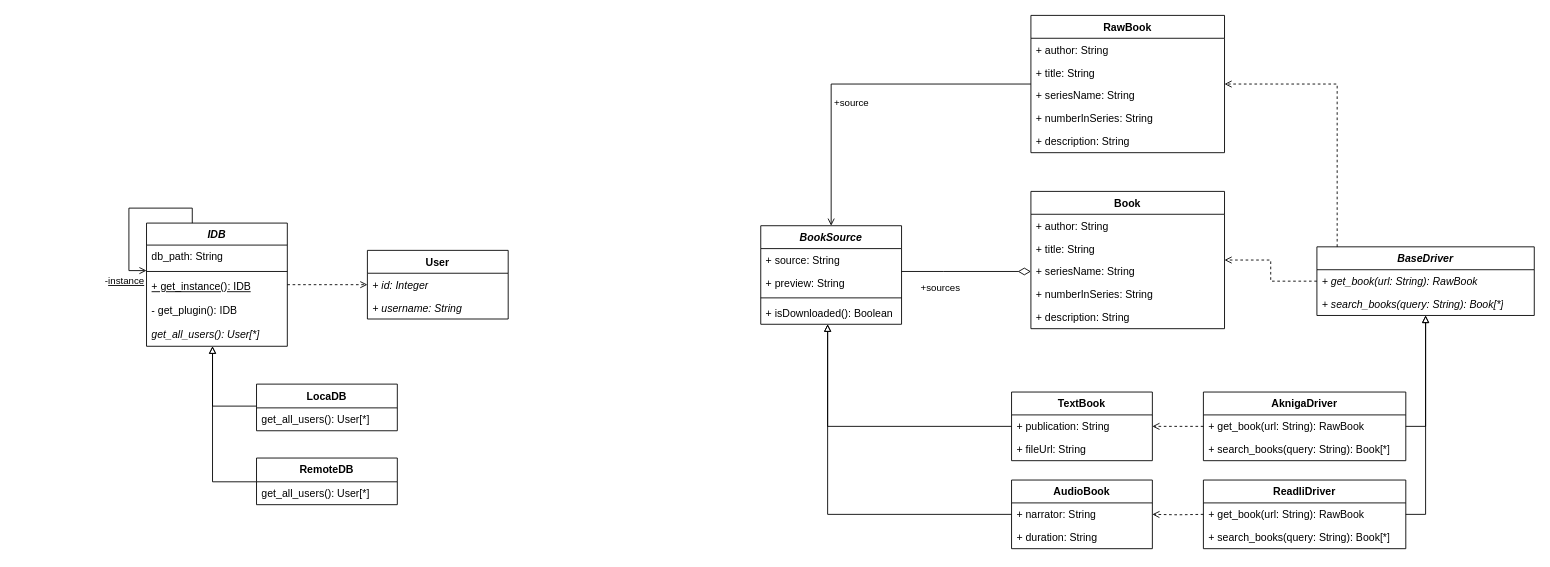
Above: lab04/docs/diagrams.drawio in YuumiEnjoyer/Object-oriented-analysis-and-design-2 (draw.io), before the change. Source tidied: cells renumbered, new cells numbered last; positions are measured from the earlier drawing's top-left corner, leaving out a move shared by most shapes. Both pictures are drawn from the tidied source at 88%, with x=0, y=0 at pixel (128, 15).
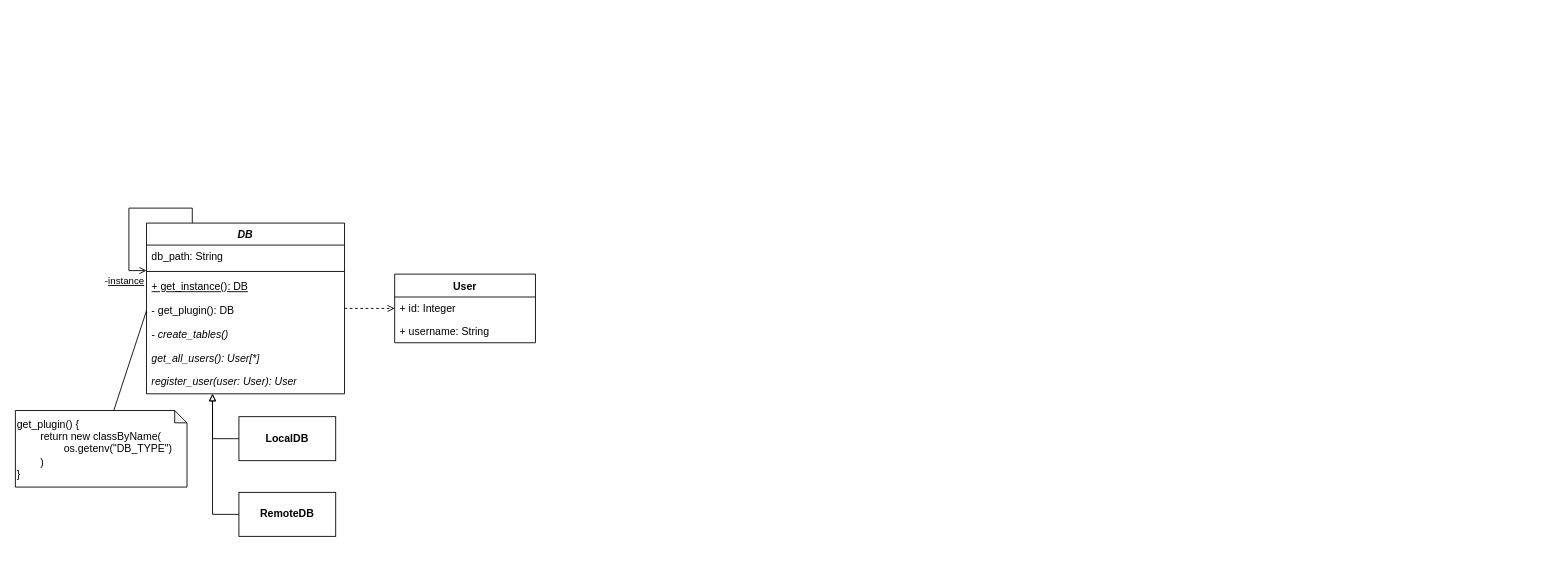
Above is the later version.

Diff of the diagram source:
```diff
@@
     <mxCell id="2" style="edgeStyle=orthogonalEdgeStyle;rounded=0;jettySize=auto;html=1;startArrow=block;startFill=0;endArrow=none;endFill=0;" parent="1" edge="1" source="4" target="59">
       <mxGeometry relative="1" as="geometry">
         <Array as="points">
-          <mxPoint x="95" y="530" />
+          <mxPoint x="95" y="567" />
         </Array>
       </mxGeometry>
     </mxCell>
-    <mxCell id="3" style="edgeStyle=orthogonalEdgeStyle;rounded=0;jettySize=auto;html=1;endArrow=none;endFill=0;startArrow=block;startFill=0;" parent="1" edge="1" source="4" target="56">
+    <mxCell id="3" style="edgeStyle=orthogonalEdgeStyle;rounded=0;jettySize=auto;html=1;endArrow=none;endFill=0;startArrow=block;startFill=0;" parent="1" edge="1" source="4" target="65">
       <mxGeometry relative="1" as="geometry">
         <Array as="points">
-          <mxPoint x="95" y="444" />
+          <mxPoint x="95" y="481" />
         </Array>
       </mxGeometry>
     </mxCell>
-    <mxCell id="4" value="&lt;div&gt;&lt;i style=&quot;background-color: transparent; color: light-dark(rgb(0, 0, 0), rgb(255, 255, 255));&quot;&gt;IDB&lt;/i&gt;&lt;/div&gt;" style="swimlane;fontStyle=1;align=center;verticalAlign=top;horizontal=1;startSize=25;whiteSpace=wrap;html=1;" parent="1" vertex="1">
-      <mxGeometry x="20" y="236" width="160" height="140" as="geometry" />
+    <mxCell id="4" value="&lt;div&gt;&lt;i style=&quot;background-color: transparent; color: light-dark(rgb(0, 0, 0), rgb(255, 255, 255));&quot;&gt;DB&lt;/i&gt;&lt;/div&gt;" style="swimlane;fontStyle=1;align=center;verticalAlign=top;horizontal=1;startSize=25;whiteSpace=wrap;html=1;" parent="1" vertex="1">
+      <mxGeometry x="20" y="236" width="225" height="194" as="geometry" />
     </mxCell>
     <mxCell id="5" value="db_path: String" style="text;strokeColor=none;fillColor=none;align=left;verticalAlign=top;spacingLeft=4;spacingRight=4;overflow=hidden;whiteSpace=wrap;html=1;" parent="4" vertex="1">
-      <mxGeometry y="25" width="160" height="26" as="geometry" />
+      <mxGeometry y="25" width="225" height="26" as="geometry" />
     </mxCell>
     <mxCell id="6" style="line;strokeWidth=1;fillColor=none;align=left;verticalAlign=middle;spacingTop=-1;spacingLeft=3;spacingRight=3;labelPosition=right;strokeColor=inherit;" parent="4" vertex="1">
-      <mxGeometry y="51" width="160" height="8" as="geometry" />
+      <mxGeometry y="51" width="225" height="8" as="geometry" />
     </mxCell>
-    <mxCell id="7" value="&lt;u&gt;+ get_instance(): IDB&lt;/u&gt;" style="text;strokeColor=none;fillColor=none;align=left;verticalAlign=top;spacingLeft=4;spacingRight=4;overflow=hidden;whiteSpace=wrap;html=1;" parent="4" vertex="1">
-      <mxGeometry y="59" width="160" height="27" as="geometry" />
+    <mxCell id="7" value="&lt;u&gt;+ get_instance(): DB&lt;/u&gt;" style="text;strokeColor=none;fillColor=none;align=left;verticalAlign=top;spacingLeft=4;spacingRight=4;overflow=hidden;whiteSpace=wrap;html=1;" parent="4" vertex="1">
+      <mxGeometry y="59" width="225" height="27" as="geometry" />
     </mxCell>
-    <mxCell id="8" value="- get_plugin(): IDB" style="text;strokeColor=none;fillColor=none;align=left;verticalAlign=top;spacingLeft=4;spacingRight=4;overflow=hidden;points=[[0,0.5],[1,0.5]];portConstraint=eastwest;whiteSpace=wrap;html=1;" parent="4" vertex="1">
-      <mxGeometry y="86" width="160" height="27" as="geometry" />
+    <mxCell id="8" value="- get_plugin(): DB" style="text;strokeColor=none;fillColor=none;align=left;verticalAlign=top;spacingLeft=4;spacingRight=4;overflow=hidden;points=[[0,0.5],[1,0.5]];portConstraint=eastwest;whiteSpace=wrap;html=1;" parent="4" vertex="1">
+      <mxGeometry y="86" width="225" height="27" as="geometry" />
     </mxCell>
+    <mxCell id="61" value="&lt;i&gt;- create_tables()&lt;/i&gt;" style="text;strokeColor=none;fillColor=none;align=left;verticalAlign=top;spacingLeft=4;spacingRight=4;overflow=hidden;whiteSpace=wrap;html=1;" parent="4" vertex="1">
+      <mxGeometry y="113" width="225" height="27" as="geometry" />
+    </mxCell>
     <mxCell id="9" value="&lt;i&gt;get_all_users(): User[*]&lt;/i&gt;" style="text;strokeColor=none;fillColor=none;align=left;verticalAlign=top;spacingLeft=4;spacingRight=4;overflow=hidden;whiteSpace=wrap;html=1;" parent="4" vertex="1">
-      <mxGeometry y="113" width="160" height="27" as="geometry" />
+      <mxGeometry y="140" width="225" height="27" as="geometry" />
     </mxCell>
+    <mxCell id="62" value="&lt;i&gt;register_user(user: User): User&lt;/i&gt;" style="text;strokeColor=none;fillColor=none;align=left;verticalAlign=top;spacingLeft=4;spacingRight=4;overflow=hidden;whiteSpace=wrap;html=1;" parent="4" vertex="1">
+      <mxGeometry y="167" width="225" height="27" as="geometry" />
+    </mxCell>
-    <mxCell id="10" style="edgeStyle=orthogonalEdgeStyle;rounded=0;jettySize=auto;html=1;endArrow=open;endFill=0;dashed=1;" parent="1" edge="1" source="4" target="11">
+    <mxCell id="10" style="rounded=0;jettySize=auto;html=1;endArrow=open;endFill=0;dashed=1;" parent="1" edge="1" source="4" target="11">
       <mxGeometry relative="1" as="geometry" />
     </mxCell>
     <mxCell id="11" value="User" style="swimlane;fontStyle=1;align=center;verticalAlign=top;horizontal=1;startSize=26;whiteSpace=wrap;html=1;" parent="1" vertex="1">
-      <mxGeometry x="271" y="267" width="160" height="78" as="geometry" />
+      <mxGeometry x="302" y="294" width="160" height="78" as="geometry" />
     </mxCell>
-    <mxCell id="12" value="&lt;i&gt;+ id: Integer&lt;/i&gt;" style="text;strokeColor=none;fillColor=none;align=left;verticalAlign=top;spacingLeft=4;spacingRight=4;overflow=hidden;whiteSpace=wrap;html=1;" parent="11" vertex="1">
+    <mxCell id="12" value="+ id: Integer" style="text;strokeColor=none;fillColor=none;align=left;verticalAlign=top;spacingLeft=4;spacingRight=4;overflow=hidden;whiteSpace=wrap;html=1;" parent="11" vertex="1">
       <mxGeometry y="26" width="160" height="26" as="geometry" />
     </mxCell>
-    <mxCell id="13" value="&lt;i&gt;+ username: String&lt;/i&gt;" style="text;strokeColor=none;fillColor=none;align=left;verticalAlign=top;spacingLeft=4;spacingRight=4;overflow=hidden;whiteSpace=wrap;html=1;" parent="11" vertex="1">
+    <mxCell id="13" value="+ username: String" style="text;strokeColor=none;fillColor=none;align=left;verticalAlign=top;spacingLeft=4;spacingRight=4;overflow=hidden;whiteSpace=wrap;html=1;" parent="11" vertex="1">
       <mxGeometry y="52" width="160" height="26" as="geometry" />
     </mxCell>
-    <mxCell id="14" style="edgeStyle=orthogonalEdgeStyle;rounded=0;jettySize=auto;html=1;startArrow=block;startFill=0;endArrow=none;endFill=0;" parent="1" edge="1" source="16" target="21">
-      <mxGeometry relative="1" as="geometry">
-        <Array as="points">
-          <mxPoint x="794" y="567" />
-        </Array>
-      </mxGeometry>
-    </mxCell>
-    <mxCell id="15" style="edgeStyle=orthogonalEdgeStyle;rounded=0;jettySize=auto;html=1;endArrow=none;endFill=0;startArrow=block;startFill=0;entryX=0;entryY=0.5;entryDx=0;entryDy=0;" parent="1" edge="1" source="16" target="25">
-      <mxGeometry relative="1" as="geometry">
-        <Array as="points">
-          <mxPoint x="794" y="467" />
-        </Array>
-      </mxGeometry>
-    </mxCell>
-    <mxCell id="16" value="&lt;i&gt;BookSource&lt;/i&gt;" style="swimlane;fontStyle=1;align=center;verticalAlign=top;horizontal=1;startSize=26;whiteSpace=wrap;html=1;" parent="1" vertex="1">
-      <mxGeometry x="718" y="239" width="160" height="112" as="geometry" />
-    </mxCell>
-    <mxCell id="17" value="+&amp;nbsp;source: String" style="text;strokeColor=none;fillColor=none;align=left;verticalAlign=top;spacingLeft=4;spacingRight=4;overflow=hidden;whiteSpace=wrap;html=1;" parent="16" vertex="1">
-      <mxGeometry y="26" width="160" height="26" as="geometry" />
-    </mxCell>
-    <mxCell id="18" value="+&amp;nbsp;preview: String" style="text;strokeColor=none;fillColor=none;align=left;verticalAlign=top;spacingLeft=4;spacingRight=4;overflow=hidden;whiteSpace=wrap;html=1;" parent="16" vertex="1">
-      <mxGeometry y="52" width="160" height="26" as="geometry" />
-    </mxCell>
-    <mxCell id="19" style="line;strokeWidth=1;fillColor=none;align=left;verticalAlign=middle;spacingTop=-1;spacingLeft=3;spacingRight=3;labelPosition=right;strokeColor=inherit;" parent="16" vertex="1">
-      <mxGeometry y="78" width="160" height="8" as="geometry" />
-    </mxCell>
-    <mxCell id="20" value="+ isDownloaded(): Boolean" style="text;strokeColor=none;fillColor=none;align=left;verticalAlign=top;spacingLeft=4;spacingRight=4;overflow=hidden;whiteSpace=wrap;html=1;" parent="16" vertex="1">
-      <mxGeometry y="86" width="160" height="26" as="geometry" />
-    </mxCell>
-    <mxCell id="21" value="AudioBook" style="swimlane;fontStyle=1;align=center;verticalAlign=top;horizontal=1;startSize=26;whiteSpace=wrap;html=1;" parent="1" vertex="1">
-      <mxGeometry x="1003" y="528" width="160" height="78" as="geometry" />
-    </mxCell>
-    <mxCell id="22" value="+&amp;nbsp;narrator: String" style="text;strokeColor=none;fillColor=none;align=left;verticalAlign=top;spacingLeft=4;spacingRight=4;overflow=hidden;whiteSpace=wrap;html=1;" parent="21" vertex="1">
-      <mxGeometry y="26" width="160" height="26" as="geometry" />
-    </mxCell>
-    <mxCell id="23" value="+&amp;nbsp;duration: String&amp;nbsp;" style="text;strokeColor=none;fillColor=none;align=left;verticalAlign=top;spacingLeft=4;spacingRight=4;overflow=hidden;whiteSpace=wrap;html=1;" parent="21" vertex="1">
-      <mxGeometry y="52" width="160" height="26" as="geometry" />
-    </mxCell>
-    <mxCell id="24" value="TextBook" style="swimlane;fontStyle=1;align=center;verticalAlign=top;horizontal=1;startSize=26;whiteSpace=wrap;html=1;" parent="1" vertex="1">
-      <mxGeometry x="1003" y="428" width="160" height="78" as="geometry" />
-    </mxCell>
-    <mxCell id="25" value="+&amp;nbsp;publication: String" style="text;strokeColor=none;fillColor=none;align=left;verticalAlign=top;spacingLeft=4;spacingRight=4;overflow=hidden;points=[[0,0.5],[1,0.5]];portConstraint=eastwest;whiteSpace=wrap;html=1;" parent="24" vertex="1">
-      <mxGeometry y="26" width="160" height="26" as="geometry" />
-    </mxCell>
-    <mxCell id="26" value="+&amp;nbsp;fileUrl: String" style="text;strokeColor=none;fillColor=none;align=left;verticalAlign=top;spacingLeft=4;spacingRight=4;overflow=hidden;whiteSpace=wrap;html=1;" parent="24" vertex="1">
-      <mxGeometry y="52" width="160" height="26" as="geometry" />
-    </mxCell>
-    <mxCell id="27" value="&lt;i&gt;BaseDriver&lt;/i&gt;" style="swimlane;fontStyle=1;align=center;verticalAlign=top;horizontal=1;startSize=26;whiteSpace=wrap;html=1;" parent="1" vertex="1">
-      <mxGeometry x="1350" y="263" width="247" height="78" as="geometry" />
-    </mxCell>
-    <mxCell id="28" value="&lt;i&gt;+ get_book(url: String): RawBook&lt;/i&gt;" style="text;strokeColor=none;fillColor=none;align=left;verticalAlign=top;spacingLeft=4;spacingRight=4;overflow=hidden;whiteSpace=wrap;html=1;" parent="27" vertex="1">
-      <mxGeometry y="26" width="247" height="26" as="geometry" />
-    </mxCell>
-    <mxCell id="29" value="&lt;i&gt;+ search_books(query: String): Book[*]&lt;/i&gt;" style="text;strokeColor=none;fillColor=none;align=left;verticalAlign=top;spacingLeft=4;spacingRight=4;overflow=hidden;whiteSpace=wrap;html=1;" parent="27" vertex="1">
-      <mxGeometry y="52" width="247" height="26" as="geometry" />
-    </mxCell>
-    <mxCell id="30" value="AknigaDriver" style="swimlane;fontStyle=1;align=center;verticalAlign=top;horizontal=1;startSize=26;whiteSpace=wrap;html=1;" parent="1" vertex="1">
-      <mxGeometry x="1221" y="428" width="230" height="78" as="geometry" />
-    </mxCell>
-    <mxCell id="31" value="+ get_book(url: String): RawBook" style="text;strokeColor=none;fillColor=none;align=left;verticalAlign=top;spacingLeft=4;spacingRight=4;overflow=hidden;whiteSpace=wrap;html=1;" parent="30" vertex="1">
-      <mxGeometry y="26" width="230" height="26" as="geometry" />
-    </mxCell>
-    <mxCell id="32" value="+ search_books(query: String): Book[*]" style="text;strokeColor=none;fillColor=none;align=left;verticalAlign=top;spacingLeft=4;spacingRight=4;overflow=hidden;whiteSpace=wrap;html=1;" parent="30" vertex="1">
-      <mxGeometry y="52" width="230" height="26" as="geometry" />
-    </mxCell>
-    <mxCell id="33" style="edgeStyle=orthogonalEdgeStyle;rounded=0;jettySize=auto;html=1;endArrow=none;endFill=0;startArrow=block;startFill=0;" parent="1" edge="1" source="27" target="30">
-      <mxGeometry relative="1" as="geometry">
-        <Array as="points">
-          <mxPoint x="1473" y="467" />
-        </Array>
-      </mxGeometry>
-    </mxCell>
-    <mxCell id="34" style="edgeStyle=orthogonalEdgeStyle;rounded=0;jettySize=auto;html=1;endArrow=none;endFill=0;startArrow=block;startFill=0;" parent="1" edge="1" source="27" target="51">
-      <mxGeometry relative="1" as="geometry">
-        <Array as="points">
-          <mxPoint x="1473" y="567" />
-        </Array>
-      </mxGeometry>
-    </mxCell>
-    <mxCell id="35" style="edgeStyle=orthogonalEdgeStyle;rounded=0;jettySize=auto;html=1;endArrow=open;endFill=0;dashed=1;" parent="1" edge="1" source="30" target="24">
-      <mxGeometry relative="1" as="geometry" />
-    </mxCell>
-    <mxCell id="36" style="edgeStyle=orthogonalEdgeStyle;rounded=0;jettySize=auto;html=1;endArrow=open;endFill=0;dashed=1;" parent="1" edge="1" target="21">
-      <mxGeometry relative="1" as="geometry">
-        <mxPoint x="1221" y="567" as="sourcePoint" />
-      </mxGeometry>
-    </mxCell>
-    <mxCell id="37" value="RawBook" style="swimlane;fontStyle=1;align=center;verticalAlign=top;horizontal=1;startSize=26;whiteSpace=wrap;html=1;" parent="1" vertex="1">
-      <mxGeometry x="1025" width="220" height="156" as="geometry" />
-    </mxCell>
-    <mxCell id="38" value="+ author: String" style="text;strokeColor=none;fillColor=none;align=left;verticalAlign=top;spacingLeft=4;spacingRight=4;overflow=hidden;whiteSpace=wrap;html=1;" parent="37" vertex="1">
-      <mxGeometry y="26" width="220" height="26" as="geometry" />
-    </mxCell>
-    <mxCell id="39" value="+&amp;nbsp;title: String" style="text;strokeColor=none;fillColor=none;align=left;verticalAlign=top;spacingLeft=4;spacingRight=4;overflow=hidden;whiteSpace=wrap;html=1;" parent="37" vertex="1">
-      <mxGeometry y="52" width="220" height="26" as="geometry" />
-    </mxCell>
-    <mxCell id="40" value="+&amp;nbsp;seriesName: String" style="text;strokeColor=none;fillColor=none;align=left;verticalAlign=top;spacingLeft=4;spacingRight=4;overflow=hidden;whiteSpace=wrap;html=1;" parent="37" vertex="1">
-      <mxGeometry y="78" width="220" height="26" as="geometry" />
-    </mxCell>
-    <mxCell id="41" value="+&amp;nbsp;numberInSeries: String" style="text;strokeColor=none;fillColor=none;align=left;verticalAlign=top;spacingLeft=4;spacingRight=4;overflow=hidden;whiteSpace=wrap;html=1;" parent="37" vertex="1">
-      <mxGeometry y="104" width="220" height="26" as="geometry" />
-    </mxCell>
-    <mxCell id="42" value="+&amp;nbsp;description: String" style="text;strokeColor=none;fillColor=none;align=left;verticalAlign=top;spacingLeft=4;spacingRight=4;overflow=hidden;whiteSpace=wrap;html=1;" parent="37" vertex="1">
-      <mxGeometry y="130" width="220" height="26" as="geometry" />
-    </mxCell>
-    <mxCell id="43" value="+source" style="html=1;verticalAlign=bottom;endArrow=open;rounded=0;endFill=0;entryX=0.5;entryY=0;entryDx=0;entryDy=0;edgeStyle=orthogonalEdgeStyle;" parent="1" edge="1" source="37" target="16">
-      <mxGeometry x="0.33" y="23" relative="1" as="geometry" />
-    </mxCell>
-    <mxCell id="44" value="Book" style="swimlane;fontStyle=1;align=center;verticalAlign=top;horizontal=1;startSize=26;whiteSpace=wrap;html=1;" parent="1" vertex="1">
-      <mxGeometry x="1025" y="200" width="220" height="156" as="geometry" />
-    </mxCell>
-    <mxCell id="45" value="+ author: String" style="text;strokeColor=none;fillColor=none;align=left;verticalAlign=top;spacingLeft=4;spacingRight=4;overflow=hidden;whiteSpace=wrap;html=1;" parent="44" vertex="1">
-      <mxGeometry y="26" width="220" height="26" as="geometry" />
-    </mxCell>
-    <mxCell id="46" value="+&amp;nbsp;title: String" style="text;strokeColor=none;fillColor=none;align=left;verticalAlign=top;spacingLeft=4;spacingRight=4;overflow=hidden;whiteSpace=wrap;html=1;" parent="44" vertex="1">
-      <mxGeometry y="52" width="220" height="26" as="geometry" />
-    </mxCell>
-    <mxCell id="47" value="+&amp;nbsp;seriesName: String" style="text;strokeColor=none;fillColor=none;align=left;verticalAlign=top;spacingLeft=4;spacingRight=4;overflow=hidden;whiteSpace=wrap;html=1;" parent="44" vertex="1">
-      <mxGeometry y="78" width="220" height="26" as="geometry" />
-    </mxCell>
-    <mxCell id="48" value="+&amp;nbsp;numberInSeries: String" style="text;strokeColor=none;fillColor=none;align=left;verticalAlign=top;spacingLeft=4;spacingRight=4;overflow=hidden;whiteSpace=wrap;html=1;" parent="44" vertex="1">
-      <mxGeometry y="104" width="220" height="26" as="geometry" />
-    </mxCell>
-    <mxCell id="49" value="+&amp;nbsp;description: String" style="text;strokeColor=none;fillColor=none;align=left;verticalAlign=top;spacingLeft=4;spacingRight=4;overflow=hidden;whiteSpace=wrap;html=1;" parent="44" vertex="1">
-      <mxGeometry y="130" width="220" height="26" as="geometry" />
-    </mxCell>
-    <mxCell id="50" value="+sources" style="html=1;verticalAlign=bottom;endArrow=none;rounded=0;endFill=0;startArrow=diamondThin;startFill=0;startSize=12;edgeStyle=orthogonalEdgeStyle;" parent="1" edge="1" source="44" target="16">
-      <mxGeometry x="0.4" y="28" relative="1" as="geometry">
-        <Array as="points">
-          <mxPoint x="926" y="291" />
-          <mxPoint x="926" y="291" />
-        </Array>
-      </mxGeometry>
-    </mxCell>
-    <mxCell id="51" value="ReadliDriver" style="swimlane;fontStyle=1;align=center;verticalAlign=top;horizontal=1;startSize=26;whiteSpace=wrap;html=1;" parent="1" vertex="1">
-      <mxGeometry x="1221" y="528" width="230" height="78" as="geometry" />
-    </mxCell>
-    <mxCell id="52" value="+ get_book(url: String): RawBook" style="text;strokeColor=none;fillColor=none;align=left;verticalAlign=top;spacingLeft=4;spacingRight=4;overflow=hidden;whiteSpace=wrap;html=1;" parent="51" vertex="1">
-      <mxGeometry y="26" width="230" height="26" as="geometry" />
-    </mxCell>
-    <mxCell id="53" value="+ search_books(query: String): Book[*]" style="text;strokeColor=none;fillColor=none;align=left;verticalAlign=top;spacingLeft=4;spacingRight=4;overflow=hidden;whiteSpace=wrap;html=1;" parent="51" vertex="1">
-      <mxGeometry y="52" width="230" height="26" as="geometry" />
-    </mxCell>
-    <mxCell id="54" style="edgeStyle=orthogonalEdgeStyle;rounded=0;jettySize=auto;html=1;endArrow=open;endFill=0;dashed=1;" parent="1" edge="1" source="27" target="44">
-      <mxGeometry relative="1" as="geometry" />
-    </mxCell>
-    <mxCell id="55" style="edgeStyle=orthogonalEdgeStyle;rounded=0;jettySize=auto;html=1;endArrow=open;endFill=0;dashed=1;" parent="1" edge="1" source="27" target="37">
-      <mxGeometry relative="1" as="geometry">
-        <Array as="points">
-          <mxPoint x="1373" y="78" />
-        </Array>
-      </mxGeometry>
-    </mxCell>
-    <mxCell id="56" value="LocaDB" style="swimlane;fontStyle=1;align=center;verticalAlign=top;horizontal=1;startSize=27;whiteSpace=wrap;html=1;" parent="1" vertex="1">
-      <mxGeometry x="145" y="419" width="160" height="53" as="geometry" />
-    </mxCell>
-    <mxCell id="57" value="get_all_users(): User[*]" style="text;strokeColor=none;fillColor=none;align=left;verticalAlign=top;spacingLeft=4;spacingRight=4;overflow=hidden;whiteSpace=wrap;html=1;" parent="56" vertex="1">
-      <mxGeometry y="27" width="160" height="26" as="geometry" />
-    </mxCell>
@@
+    <mxCell id="63" style="rounded=0;jettySize=auto;html=1;endArrow=none;endFill=0;entryX=0;entryY=0.5;entryDx=0;entryDy=0;" parent="1" edge="1" source="64" target="8">
+      <mxGeometry relative="1" as="geometry" />
+    </mxCell>
+    <mxCell id="64" value="get_plugin() {&lt;div&gt;&lt;span style=&quot;white-space: pre;&quot;&gt;&#9;&lt;/span&gt;return new classByName(&lt;/div&gt;&lt;div&gt;&lt;span style=&quot;white-space: pre;&quot;&gt;&#9;&lt;/span&gt;&lt;span style=&quot;white-space: pre;&quot;&gt;&#9;&lt;/span&gt;os.getenv(&quot;DB_TYPE&quot;)&lt;/div&gt;&lt;div&gt;&lt;span style=&quot;white-space: pre;&quot;&gt;&#9;&lt;/span&gt;)&lt;br&gt;&lt;/div&gt;&lt;div&gt;}&lt;/div&gt;" style="shape=note;whiteSpace=wrap;html=1;backgroundOutline=1;darkOpacity=0.05;align=left;size=14;" parent="1" vertex="1">
+      <mxGeometry x="-129" y="449" width="195" height="87" as="geometry" />
+    </mxCell>
+    <mxCell id="65" value="&lt;b&gt;LocalDB&lt;/b&gt;" style="html=1;whiteSpace=wrap;" parent="1" vertex="1">
+      <mxGeometry x="125" y="456" width="110" height="50" as="geometry" />
+    </mxCell>
-    <mxCell id="59" value="RemoteDB" style="swimlane;fontStyle=1;align=center;verticalAlign=top;horizontal=1;startSize=27;whiteSpace=wrap;html=1;" parent="1" vertex="1">
-      <mxGeometry x="145" y="503" width="160" height="53" as="geometry" />
+    <mxCell id="59" value="&lt;b&gt;RemoteDB&lt;/b&gt;" style="html=1;whiteSpace=wrap;" parent="1" vertex="1">
+      <mxGeometry x="125" y="542" width="110" height="50" as="geometry" />
     </mxCell>
-    <mxCell id="60" value="get_all_users(): User[*]" style="text;strokeColor=none;fillColor=none;align=left;verticalAlign=top;spacingLeft=4;spacingRight=4;overflow=hidden;whiteSpace=wrap;html=1;" parent="59" vertex="1">
-      <mxGeometry y="27" width="160" height="26" as="geometry" />
-    </mxCell>
```
